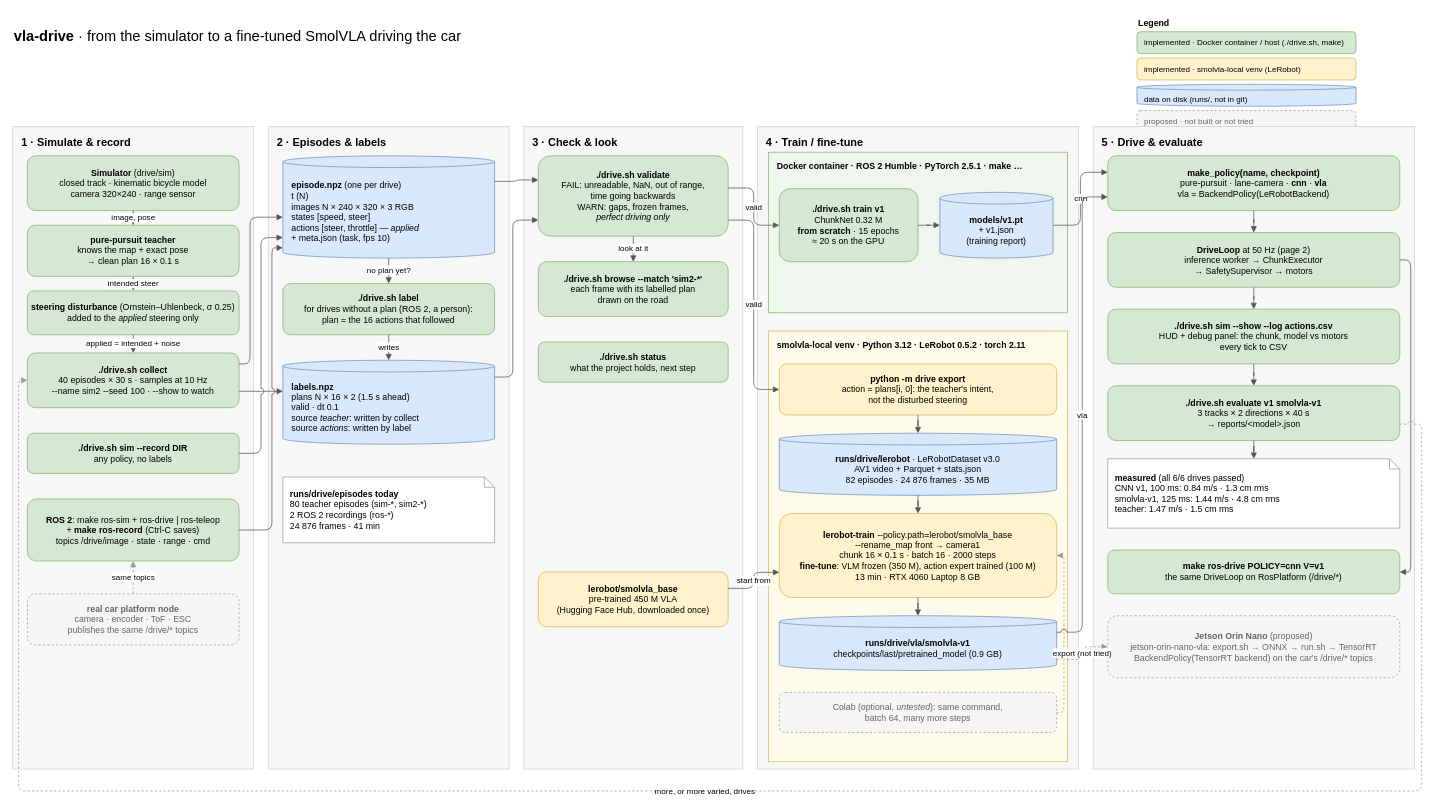
The draw.io diagram page "1 · Pipeline: sim → data → fine-tune → drive" (1 of 5) of docs/study/diagrams/vla-drive-architecture.drawio in ninhnn2/vla-drive, before the edit. Source tidied: cells renumbered, new cells numbered last; positions are measured from the earlier drawing's top-left corner, leaving out a move shared by most shapes. Both pictures are drawn from the tidied source at 73%, with x=0, y=0 at pixel (12, 12).
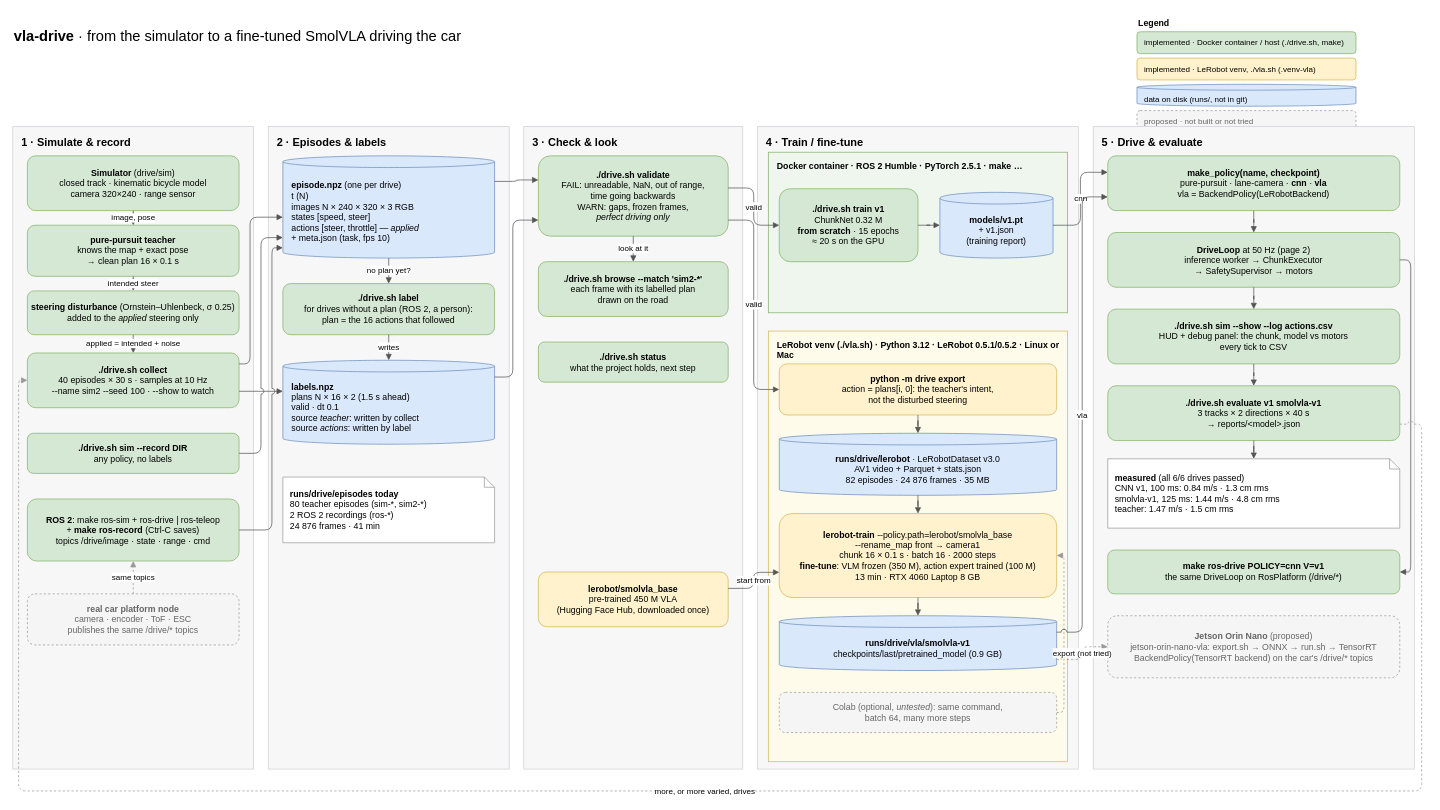
Above is the later version.

Commit message (it also covers changes not shown here):
Docs: one way to run the VLA on Linux and on a Mac, measured on both

What changed in the source:
```diff
@@
-    <mxCell id="5" value="implemented · smolvla-local venv (LeRobot)" style="whiteSpace=wrap;html=1;fontSize=12;fontFamily=Helvetica;rounded=1;fillColor=#fff2cc;strokeColor=#d6b656;fontSize=11;align=left;spacingLeft=8;" parent="1" vertex="1">
+    <mxCell id="5" value="implemented · LeRobot venv, ./vla.sh (.venv-vla)" style="whiteSpace=wrap;html=1;fontSize=12;fontFamily=Helvetica;rounded=1;fillColor=#fff2cc;strokeColor=#d6b656;fontSize=11;align=left;spacingLeft=8;" parent="1" vertex="1">
       <mxGeometry x="1540" y="62" width="300" height="30" as="geometry" />
     </mxCell>
@@
-    <mxCell id="44" value="smolvla-local venv · Python 3.12 · LeRobot 0.5.2 · torch 2.11" style="rounded=0;whiteSpace=wrap;html=1;verticalAlign=top;align=left;spacingLeft=10;spacingTop=6;fontStyle=1;fontSize=15;fontFamily=Helvetica;fontSize=12;fillColor=#fffbea;strokeColor=#d6b656;" parent="1" vertex="1">
+    <mxCell id="44" value="LeRobot venv (./vla.sh) · Python 3.12 · LeRobot 0.5.1/0.5.2 · Linux or Mac" style="rounded=0;whiteSpace=wrap;html=1;verticalAlign=top;align=left;spacingLeft=10;spacingTop=6;fontStyle=1;fontSize=15;fontFamily=Helvetica;fontSize=12;fillColor=#fffbea;strokeColor=#d6b656;" parent="1" vertex="1">
       <mxGeometry x="1035" y="436" width="410" height="590" as="geometry" />
     </mxCell>
```
